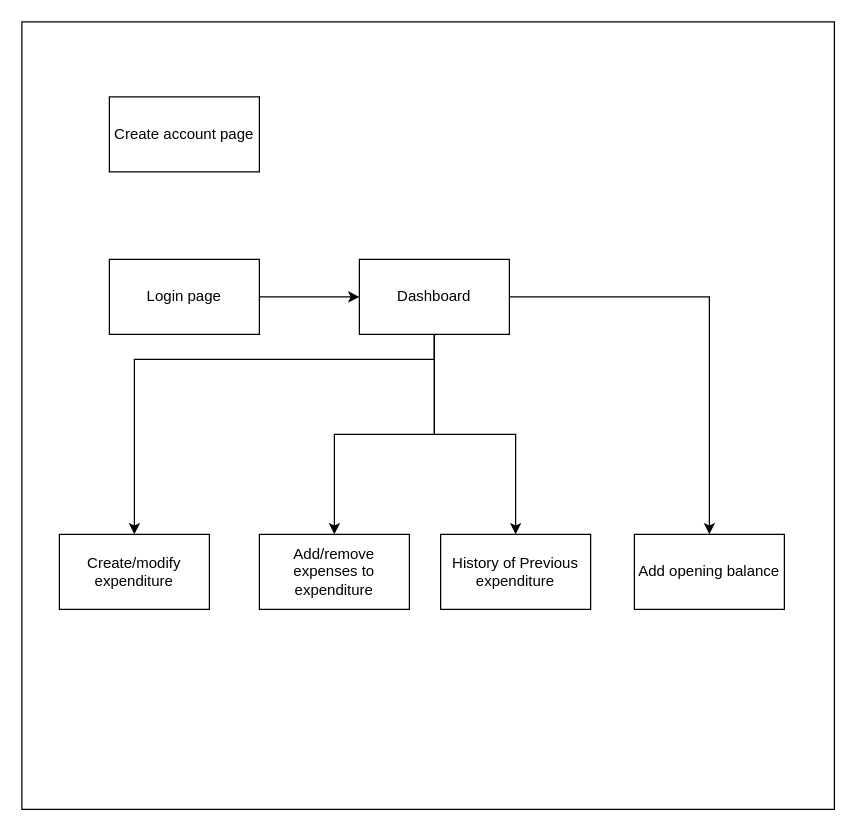
The draw.io diagram page "clientArchitecture" (3 of 6) of budgetTrackerApp.drawio in sathishsekarss/drawIOFiles, before the edit. Source tidied: cells renumbered, new cells numbered last; positions are measured from the earlier drawing's top-left corner, leaving out a move shared by most shapes. Both pictures are drawn from the tidied source at 125%, with x=0, y=0 at pixel (21, 21).
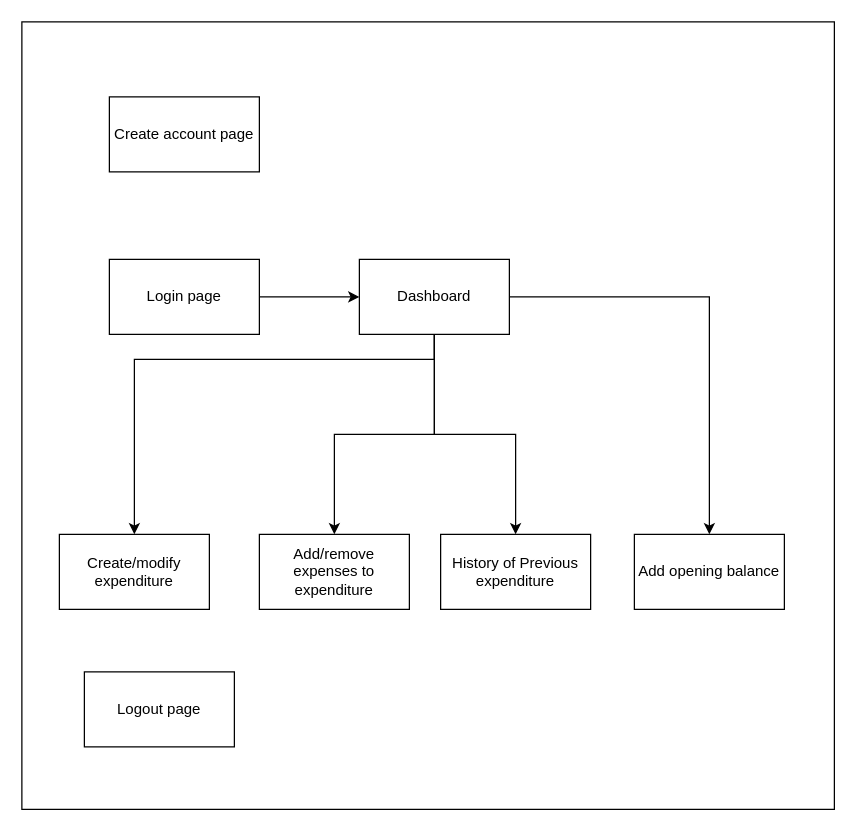
Above is the later version.

What changed in the source:
```diff
@@
 <mxGraphModel>
   <root>
     <mxCell id="0" />
     <mxCell id="1" parent="0" />
     <mxCell id="2" style="rounded=0;whiteSpace=wrap;html=1;" parent="1" vertex="1">
       <mxGeometry width="650" height="630" as="geometry" />
     </mxCell>
     <mxCell id="3" style="edgeStyle=orthogonalEdgeStyle;rounded=0;jettySize=auto;html=1;" parent="1" edge="1" source="4" target="9">
       <mxGeometry relative="1" as="geometry" />
     </mxCell>
     <mxCell id="4" value="Login page" style="rounded=0;whiteSpace=wrap;html=1;" parent="1" vertex="1">
       <mxGeometry x="70" y="190" width="120" height="60" as="geometry" />
     </mxCell>
     <mxCell id="5" style="edgeStyle=orthogonalEdgeStyle;rounded=0;jettySize=auto;html=1;" parent="1" edge="1" source="9" target="14">
       <mxGeometry relative="1" as="geometry">
         <Array as="points">
           <mxPoint x="330" y="270" />
           <mxPoint x="90" y="270" />
         </Array>
       </mxGeometry>
     </mxCell>
     <mxCell id="6" style="edgeStyle=orthogonalEdgeStyle;rounded=0;jettySize=auto;html=1;" parent="1" edge="1" source="9" target="11">
       <mxGeometry relative="1" as="geometry" />
     </mxCell>
     <mxCell id="7" style="edgeStyle=orthogonalEdgeStyle;rounded=0;jettySize=auto;html=1;" parent="1" edge="1" source="9" target="12">
       <mxGeometry relative="1" as="geometry" />
     </mxCell>
     <mxCell id="8" style="edgeStyle=orthogonalEdgeStyle;rounded=0;jettySize=auto;html=1;" parent="1" edge="1" source="9" target="13">
       <mxGeometry relative="1" as="geometry" />
     </mxCell>
     <mxCell id="9" value="Dashboard" style="whiteSpace=wrap;html=1;rounded=0;" parent="1" vertex="1">
       <mxGeometry x="270" y="190" width="120" height="60" as="geometry" />
     </mxCell>
     <mxCell id="10" value="Create account page" style="rounded=0;whiteSpace=wrap;html=1;" parent="1" vertex="1">
       <mxGeometry x="70" y="60" width="120" height="60" as="geometry" />
     </mxCell>
     <mxCell id="11" value="Add/remove expenses to expenditure" style="rounded=0;whiteSpace=wrap;html=1;" parent="1" vertex="1">
       <mxGeometry x="190" y="410" width="120" height="60" as="geometry" />
     </mxCell>
     <mxCell id="12" value="History of Previous expenditure" style="rounded=0;whiteSpace=wrap;html=1;" parent="1" vertex="1">
       <mxGeometry x="335" y="410" width="120" height="60" as="geometry" />
     </mxCell>
     <mxCell id="13" value="Add opening balance" style="rounded=0;whiteSpace=wrap;html=1;" parent="1" vertex="1">
       <mxGeometry x="490" y="410" width="120" height="60" as="geometry" />
     </mxCell>
     <mxCell id="14" value="Create/modify expenditure" style="rounded=0;whiteSpace=wrap;html=1;" parent="1" vertex="1">
       <mxGeometry x="30" y="410" width="120" height="60" as="geometry" />
     </mxCell>
+    <mxCell id="15" value="Logout page" style="rounded=0;whiteSpace=wrap;html=1;" parent="1" vertex="1">
+      <mxGeometry x="50" y="520" width="120" height="60" as="geometry" />
+    </mxCell>
   </root>
 </mxGraphModel>
```
